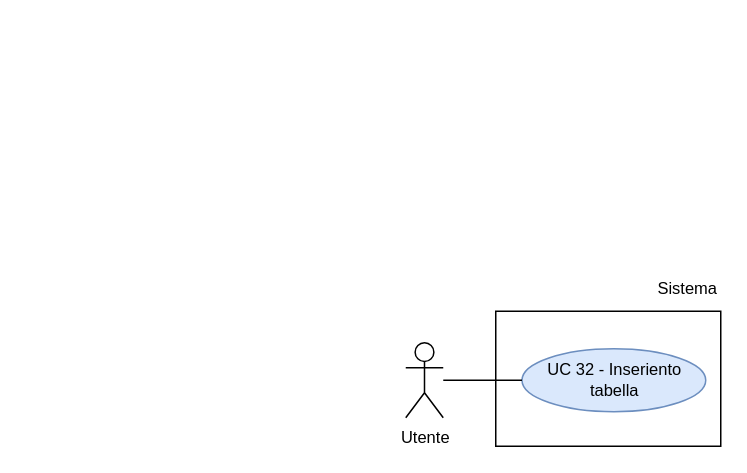
Before: RTB/doc_esterna/analisi-dei-requisiti/assets/draw.io/UC32.drawio in thebitless-group-swe/thebitless.github.io, a draw.io diagram. Source tidied: cells renumbered, new cells numbered last; positions are measured from the earlier drawing's top-left corner, leaving out a move shared by most shapes. Both pictures are drawn from the tidied source at 150%, with x=0, y=0 at pixel (405, 266).
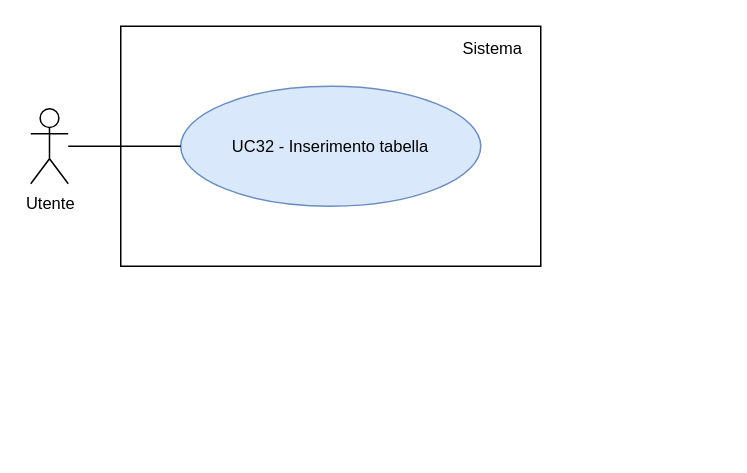
Above is the later version.

The edit, as a diff of the source:
```diff
@@
 <mxGraphModel>
   <root>
     <mxCell id="0" />
     <mxCell id="1" parent="0" />
     <mxCell id="2" value="Utente" style="shape=umlActor;verticalLabelPosition=bottom;verticalAlign=top;html=1;outlineConnect=0;fontSize=11;" parent="1" vertex="1">
-      <mxGeometry y="51" width="25" height="50" as="geometry" />
+      <mxGeometry x="-250" y="-105" width="25" height="50" as="geometry" />
     </mxCell>
-    <mxCell id="3" style="rounded=0;whiteSpace=wrap;html=1;strokeWidth=1;" parent="1" vertex="1">
-      <mxGeometry x="60" y="30" width="150" height="90" as="geometry" />
-    </mxCell>
+    <mxCell id="8" style="rounded=0;whiteSpace=wrap;html=1;strokeWidth=1;" parent="1" vertex="1">
+      <mxGeometry x="-190" y="-160" width="280" height="160" as="geometry" />
+    </mxCell>
     <mxCell id="4" value="Sistema" style="text;html=1;whiteSpace=wrap;strokeColor=none;fillColor=none;align=right;verticalAlign=middle;fontSize=11;" parent="1" vertex="1">
-      <mxGeometry x="150" width="60" height="30" as="geometry" />
+      <mxGeometry x="10" y="-155" width="70" height="20" as="geometry" />
     </mxCell>
-    <mxCell id="5" value="UC 32 - Inseriento tabella" style="ellipse;whiteSpace=wrap;html=1;fillColor=#dae8fc;strokeColor=#6c8ebf;fontSize=11;convertToSvg=1;svgWhiteSpace=wrap;labelBorderColor=none;labelBackgroundColor=none;spacingBottom=0;" parent="1" vertex="1">
-      <mxGeometry x="77.5" y="55" width="122.5" height="42" as="geometry" />
-    </mxCell>
-    <mxCell id="6" style="edgeStyle=none;rounded=0;jettySize=auto;html=1;endArrow=none;endFill=0;" parent="1" edge="1" source="2" target="5">
-      <mxGeometry relative="1" as="geometry" />
-    </mxCell>
-    <mxCell id="7" style="edgeStyle=orthogonalEdgeStyle;rounded=0;orthogonalLoop=1;jettySize=auto;html=1;exitX=0.5;exitY=1;exitDx=0;exitDy=0;" parent="1" edge="1" source="4" target="4">
-      <mxGeometry relative="1" as="geometry" />
-    </mxCell>
+    <mxCell id="9" value="UC32 - Inserimento tabella" style="ellipse;whiteSpace=wrap;html=1;fillColor=#dae8fc;strokeColor=#6c8ebf;fontSize=11;" parent="1" vertex="1">
+      <mxGeometry x="-150" y="-120" width="200" height="80" as="geometry" />
+    </mxCell>
+    <mxCell id="10" style="edgeStyle=none;rounded=0;jettySize=auto;html=1;endArrow=none;endFill=0;" parent="1" edge="1" source="2" target="9">
+      <mxGeometry relative="1" as="geometry" />
+    </mxCell>
   </root>
 </mxGraphModel>
```
